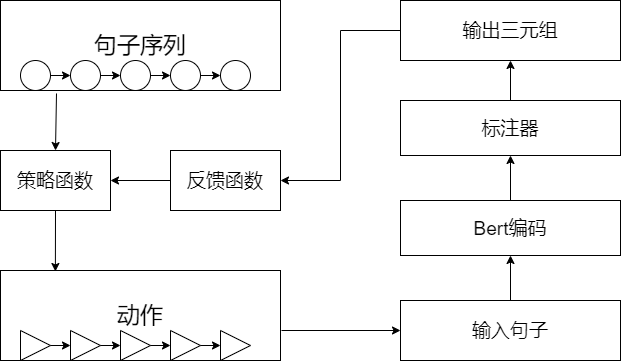
bigbigkid/begin_one keeps this draw.io diagram as RL.png. Above is the earlier version. Source tidied: cells renumbered, new cells last; positions are measured from the earlier drawing's top-left corner, leaving out a move shared by most shapes. Its diagram source:
```xml
<mxGraphModel>
  <root>
    <mxCell id="0" />
    <mxCell id="1" parent="0" />
    <mxCell id="2" value="&lt;font style=&quot;font-size: 23px&quot;&gt;句子序列&lt;/font&gt;" style="rounded=0;whiteSpace=wrap;html=1;fillColor=none;" parent="1" vertex="1">
      <mxGeometry width="280" height="90" as="geometry" />
    </mxCell>
    <mxCell id="3" style="ellipse;whiteSpace=wrap;html=1;fillColor=none;" parent="1" vertex="1">
      <mxGeometry x="20" y="60" width="30" height="30" as="geometry" />
    </mxCell>
    <mxCell id="4" style="ellipse;whiteSpace=wrap;html=1;fillColor=none;" parent="1" vertex="1">
      <mxGeometry x="70" y="60" width="30" height="30" as="geometry" />
    </mxCell>
    <mxCell id="5" style="ellipse;whiteSpace=wrap;html=1;fillColor=none;" parent="1" vertex="1">
      <mxGeometry x="120" y="60" width="30" height="30" as="geometry" />
    </mxCell>
    <mxCell id="6" style="ellipse;whiteSpace=wrap;html=1;fillColor=none;" parent="1" vertex="1">
      <mxGeometry x="170" y="60" width="30" height="30" as="geometry" />
    </mxCell>
    <mxCell id="7" style="ellipse;whiteSpace=wrap;html=1;fillColor=none;" parent="1" vertex="1">
      <mxGeometry x="220" y="60" width="30" height="30" as="geometry" />
    </mxCell>
    <mxCell id="8" style="endArrow=classic;html=1;exitX=1;exitY=0.5;exitDx=0;exitDy=0;entryX=0;entryY=0.5;entryDx=0;entryDy=0;" parent="1" edge="1" source="3" target="4">
      <mxGeometry relative="1" as="geometry" />
    </mxCell>
    <mxCell id="9" style="endArrow=classic;html=1;exitX=1;exitY=0.5;exitDx=0;exitDy=0;entryX=0;entryY=0.5;entryDx=0;entryDy=0;" parent="1" edge="1" source="4" target="5">
      <mxGeometry relative="1" as="geometry" />
    </mxCell>
    <mxCell id="10" style="endArrow=classic;html=1;exitX=1;exitY=0.5;exitDx=0;exitDy=0;entryX=0;entryY=0.5;entryDx=0;entryDy=0;" parent="1" edge="1" source="5" target="6">
      <mxGeometry relative="1" as="geometry" />
    </mxCell>
    <mxCell id="11" style="endArrow=classic;html=1;exitX=1;exitY=0.5;exitDx=0;exitDy=0;entryX=0;entryY=0.5;entryDx=0;entryDy=0;" parent="1" edge="1" source="6" target="7">
      <mxGeometry relative="1" as="geometry" />
    </mxCell>
    <mxCell id="12" value="&lt;font style=&quot;font-size: 19px&quot;&gt;策略函数&lt;/font&gt;" style="rounded=0;whiteSpace=wrap;html=1;fillColor=none;" parent="1" vertex="1">
      <mxGeometry y="150" width="110" height="60" as="geometry" />
    </mxCell>
    <mxCell id="13" style="edgeStyle=orthogonalEdgeStyle;rounded=0;jettySize=auto;html=1;exitX=0;exitY=0.5;exitDx=0;exitDy=0;entryX=1;entryY=0.5;entryDx=0;entryDy=0;" parent="1" edge="1" source="14" target="12">
      <mxGeometry relative="1" as="geometry" />
    </mxCell>
    <mxCell id="14" value="&lt;font style=&quot;font-size: 19px&quot;&gt;反馈函数&lt;/font&gt;" style="rounded=0;whiteSpace=wrap;html=1;fillColor=none;" parent="1" vertex="1">
      <mxGeometry x="170" y="150" width="110" height="60" as="geometry" />
    </mxCell>
    <mxCell id="15" value="&lt;span style=&quot;font-size: 23px&quot;&gt;动作&lt;/span&gt;" style="rounded=0;whiteSpace=wrap;html=1;fillColor=none;" parent="1" vertex="1">
      <mxGeometry y="270" width="280" height="90" as="geometry" />
    </mxCell>
    <mxCell id="16" style="triangle;whiteSpace=wrap;html=1;fillColor=none;" parent="1" vertex="1">
      <mxGeometry x="20" y="330" width="30" height="30" as="geometry" />
    </mxCell>
    <mxCell id="17" style="triangle;whiteSpace=wrap;html=1;fillColor=none;" parent="1" vertex="1">
      <mxGeometry x="70" y="330" width="30" height="30" as="geometry" />
    </mxCell>
    <mxCell id="18" style="triangle;whiteSpace=wrap;html=1;fillColor=none;" parent="1" vertex="1">
      <mxGeometry x="120" y="330" width="30" height="30" as="geometry" />
    </mxCell>
    <mxCell id="19" style="triangle;whiteSpace=wrap;html=1;fillColor=none;" parent="1" vertex="1">
      <mxGeometry x="170" y="330" width="30" height="30" as="geometry" />
    </mxCell>
    <mxCell id="20" style="triangle;whiteSpace=wrap;html=1;fillColor=none;" parent="1" vertex="1">
      <mxGeometry x="220" y="330" width="30" height="30" as="geometry" />
    </mxCell>
    <mxCell id="21" style="endArrow=classic;html=1;exitX=1;exitY=0.5;exitDx=0;exitDy=0;entryX=0;entryY=0.5;entryDx=0;entryDy=0;" parent="1" edge="1" source="16" target="17">
      <mxGeometry relative="1" as="geometry" />
    </mxCell>
    <mxCell id="22" style="endArrow=classic;html=1;exitX=1;exitY=0.5;exitDx=0;exitDy=0;entryX=0;entryY=0.5;entryDx=0;entryDy=0;" parent="1" edge="1" source="17" target="18">
      <mxGeometry relative="1" as="geometry" />
    </mxCell>
    <mxCell id="23" style="endArrow=classic;html=1;exitX=1;exitY=0.5;exitDx=0;exitDy=0;entryX=0;entryY=0.5;entryDx=0;entryDy=0;" parent="1" edge="1" source="18" target="19">
      <mxGeometry relative="1" as="geometry" />
    </mxCell>
    <mxCell id="24" style="endArrow=classic;html=1;exitX=1;exitY=0.5;exitDx=0;exitDy=0;entryX=0;entryY=0.5;entryDx=0;entryDy=0;" parent="1" edge="1" source="19" target="20">
      <mxGeometry relative="1" as="geometry" />
    </mxCell>
    <mxCell id="25" style="endArrow=classic;html=1;exitX=0.2;exitY=1.033;exitDx=0;exitDy=0;exitPerimeter=0;entryX=0.5;entryY=0;entryDx=0;entryDy=0;" parent="1" edge="1" source="2" target="12">
      <mxGeometry relative="1" as="geometry" />
    </mxCell>
    <mxCell id="26" style="endArrow=classic;html=1;exitX=0.5;exitY=1;exitDx=0;exitDy=0;entryX=0.196;entryY=0.011;entryDx=0;entryDy=0;entryPerimeter=0;" parent="1" edge="1" source="12" target="15">
      <mxGeometry relative="1" as="geometry" />
    </mxCell>
    <mxCell id="27" style="edgeStyle=orthogonalEdgeStyle;rounded=0;jettySize=auto;html=1;exitX=0.5;exitY=0;exitDx=0;exitDy=0;entryX=0.5;entryY=1;entryDx=0;entryDy=0;" parent="1" edge="1" source="28" target="30">
      <mxGeometry relative="1" as="geometry" />
    </mxCell>
    <mxCell id="28" value="&lt;font style=&quot;font-size: 19px&quot;&gt;输入句子&lt;/font&gt;" style="rounded=0;whiteSpace=wrap;html=1;fillColor=none;" parent="1" vertex="1">
      <mxGeometry x="400" y="300" width="220" height="60" as="geometry" />
    </mxCell>
    <mxCell id="29" style="edgeStyle=orthogonalEdgeStyle;rounded=0;jettySize=auto;html=1;exitX=0.5;exitY=0;exitDx=0;exitDy=0;entryX=0.5;entryY=1;entryDx=0;entryDy=0;" parent="1" edge="1" source="30" target="32">
      <mxGeometry relative="1" as="geometry" />
    </mxCell>
    <mxCell id="30" value="&lt;font style=&quot;font-size: 19px&quot;&gt;Bert编码&lt;/font&gt;" style="rounded=0;whiteSpace=wrap;html=1;fillColor=none;" parent="1" vertex="1">
      <mxGeometry x="400" y="200" width="220" height="55" as="geometry" />
    </mxCell>
    <mxCell id="31" style="edgeStyle=orthogonalEdgeStyle;rounded=0;jettySize=auto;html=1;exitX=0.5;exitY=0;exitDx=0;exitDy=0;entryX=0.5;entryY=1;entryDx=0;entryDy=0;" parent="1" edge="1" source="32" target="34">
      <mxGeometry relative="1" as="geometry" />
    </mxCell>
    <mxCell id="32" value="&lt;font style=&quot;font-size: 19px&quot;&gt;标注器&lt;/font&gt;" style="rounded=0;whiteSpace=wrap;html=1;fillColor=none;" parent="1" vertex="1">
      <mxGeometry x="400" y="100" width="220" height="55" as="geometry" />
    </mxCell>
    <mxCell id="33" style="edgeStyle=orthogonalEdgeStyle;rounded=0;jettySize=auto;html=1;exitX=0;exitY=0.5;exitDx=0;exitDy=0;entryX=1;entryY=0.5;entryDx=0;entryDy=0;" parent="1" edge="1" source="34" target="14">
      <mxGeometry relative="1" as="geometry" />
    </mxCell>
    <mxCell id="34" value="&lt;font style=&quot;font-size: 19px&quot;&gt;输出三元组&lt;/font&gt;" style="rounded=0;whiteSpace=wrap;html=1;fillColor=none;" parent="1" vertex="1">
      <mxGeometry x="400" width="220" height="60" as="geometry" />
    </mxCell>
    <mxCell id="35" style="endArrow=classic;html=1;entryX=0;entryY=0.5;entryDx=0;entryDy=0;" parent="1" edge="1" target="28">
      <mxGeometry relative="1" as="geometry">
        <mxPoint x="281" y="330" as="sourcePoint" />
      </mxGeometry>
    </mxCell>
  </root>
</mxGraphModel>
```
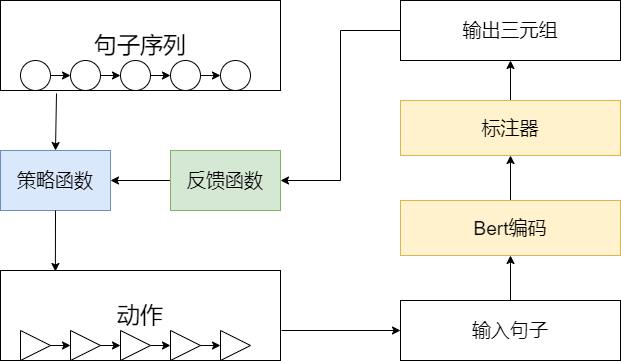
After the change.

Change to the diagram source:
```diff
@@ -32,13 +32,13 @@
     <mxCell id="11" style="endArrow=classic;html=1;exitX=1;exitY=0.5;exitDx=0;exitDy=0;entryX=0;entryY=0.5;entryDx=0;entryDy=0;" parent="1" edge="1" source="6" target="7">
       <mxGeometry relative="1" as="geometry" />
     </mxCell>
-    <mxCell id="12" value="&lt;font style=&quot;font-size: 19px&quot;&gt;策略函数&lt;/font&gt;" style="rounded=0;whiteSpace=wrap;html=1;fillColor=none;" parent="1" vertex="1">
+    <mxCell id="12" value="&lt;font style=&quot;font-size: 19px&quot;&gt;策略函数&lt;/font&gt;" style="rounded=0;whiteSpace=wrap;html=1;fillColor=#dae8fc;strokeColor=#6c8ebf;" parent="1" vertex="1">
       <mxGeometry y="150" width="110" height="60" as="geometry" />
     </mxCell>
     <mxCell id="13" style="edgeStyle=orthogonalEdgeStyle;rounded=0;jettySize=auto;html=1;exitX=0;exitY=0.5;exitDx=0;exitDy=0;entryX=1;entryY=0.5;entryDx=0;entryDy=0;" parent="1" edge="1" source="14" target="12">
       <mxGeometry relative="1" as="geometry" />
     </mxCell>
-    <mxCell id="14" value="&lt;font style=&quot;font-size: 19px&quot;&gt;反馈函数&lt;/font&gt;" style="rounded=0;whiteSpace=wrap;html=1;fillColor=none;" parent="1" vertex="1">
+    <mxCell id="14" value="&lt;font style=&quot;font-size: 19px&quot;&gt;反馈函数&lt;/font&gt;" style="rounded=0;whiteSpace=wrap;html=1;fillColor=#d5e8d4;strokeColor=#82b366;" parent="1" vertex="1">
       <mxGeometry x="170" y="150" width="110" height="60" as="geometry" />
     </mxCell>
     <mxCell id="15" value="&lt;span style=&quot;font-size: 23px&quot;&gt;动作&lt;/span&gt;" style="rounded=0;whiteSpace=wrap;html=1;fillColor=none;" parent="1" vertex="1">
@@ -86,13 +86,13 @@
     <mxCell id="29" style="edgeStyle=orthogonalEdgeStyle;rounded=0;jettySize=auto;html=1;exitX=0.5;exitY=0;exitDx=0;exitDy=0;entryX=0.5;entryY=1;entryDx=0;entryDy=0;" parent="1" edge="1" source="30" target="32">
       <mxGeometry relative="1" as="geometry" />
     </mxCell>
-    <mxCell id="30" value="&lt;font style=&quot;font-size: 19px&quot;&gt;Bert编码&lt;/font&gt;" style="rounded=0;whiteSpace=wrap;html=1;fillColor=none;" parent="1" vertex="1">
+    <mxCell id="30" value="&lt;font style=&quot;font-size: 19px&quot;&gt;Bert编码&lt;/font&gt;" style="rounded=0;whiteSpace=wrap;html=1;fillColor=#fff2cc;strokeColor=#d6b656;" parent="1" vertex="1">
       <mxGeometry x="400" y="200" width="220" height="55" as="geometry" />
     </mxCell>
     <mxCell id="31" style="edgeStyle=orthogonalEdgeStyle;rounded=0;jettySize=auto;html=1;exitX=0.5;exitY=0;exitDx=0;exitDy=0;entryX=0.5;entryY=1;entryDx=0;entryDy=0;" parent="1" edge="1" source="32" target="34">
       <mxGeometry relative="1" as="geometry" />
     </mxCell>
-    <mxCell id="32" value="&lt;font style=&quot;font-size: 19px&quot;&gt;标注器&lt;/font&gt;" style="rounded=0;whiteSpace=wrap;html=1;fillColor=none;" parent="1" vertex="1">
+    <mxCell id="32" value="&lt;font style=&quot;font-size: 19px&quot;&gt;标注器&lt;/font&gt;" style="rounded=0;whiteSpace=wrap;html=1;fillColor=#fff2cc;strokeColor=#d6b656;" parent="1" vertex="1">
       <mxGeometry x="400" y="100" width="220" height="55" as="geometry" />
     </mxCell>
     <mxCell id="33" style="edgeStyle=orthogonalEdgeStyle;rounded=0;jettySize=auto;html=1;exitX=0;exitY=0.5;exitDx=0;exitDy=0;entryX=1;entryY=0.5;entryDx=0;entryDy=0;" parent="1" edge="1" source="34" target="14">
```
